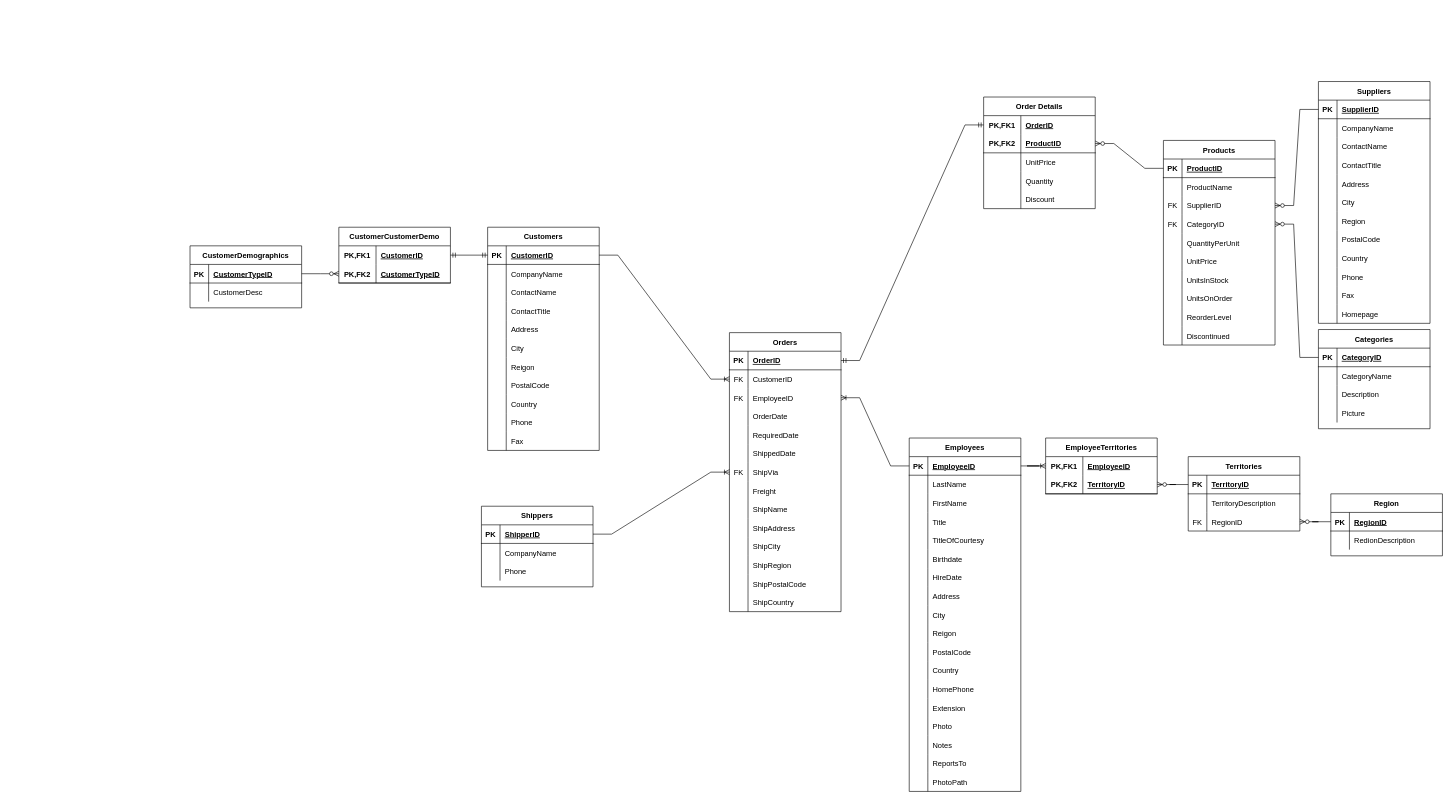
The draw.io diagram Untitled Diagram.drawio in SamDosado/Draw.ioDrawings, before the edit. Source tidied: cells renumbered, new cells numbered last; positions are measured from the earlier drawing's top-left corner, leaving out a move shared by most shapes. Both pictures are drawn from the tidied source at 62%, with x=0, y=0 at pixel (190, 81).
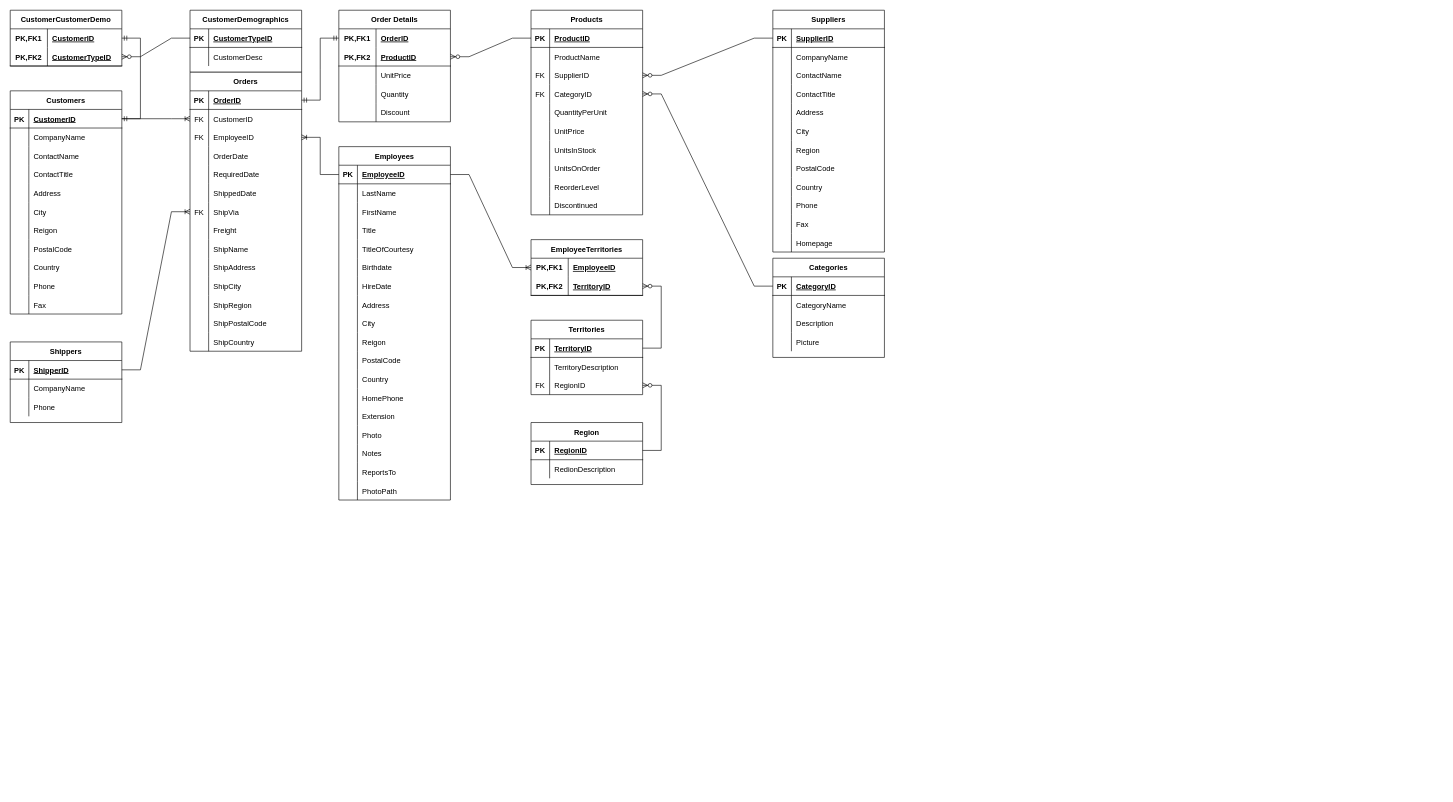
The same diagram, later.

The change refers to these unchanged cells:
```xml
<mxCell id="16" style="shape=partialRectangle;fillColor=none;top=0;left=0;bottom=1;right=0;points=[[0,0.5],[1,0.5]];portConstraint=eastwest;" parent="15" vertex="1">
  <mxGeometry y="30" width="180" height="30" as="geometry" />
</mxCell>
<mxCell id="23" style="shape=partialRectangle;fillColor=none;top=0;left=0;bottom=1;right=0;points=[[0,0.5],[1,0.5]];portConstraint=eastwest;" parent="22" vertex="1">
  <mxGeometry y="30" width="180" height="30" as="geometry" />
</mxCell>
<mxCell id="112" style="shape=partialRectangle;fillColor=none;top=0;left=0;bottom=0;right=0;points=[[0,0.5],[1,0.5]];portConstraint=eastwest;" parent="111" vertex="1">
  <mxGeometry y="30" width="180" height="30" as="geometry" />
</mxCell>
<mxCell id="115" style="shape=partialRectangle;fillColor=none;top=0;left=0;bottom=1;right=0;points=[[0,0.5],[1,0.5]];portConstraint=eastwest;" parent="111" vertex="1">
  <mxGeometry y="60" width="180" height="30" as="geometry" />
</mxCell>
<mxCell id="122" style="shape=partialRectangle;fillColor=none;top=0;left=0;bottom=1;right=0;points=[[0,0.5],[1,0.5]];portConstraint=eastwest;" parent="118" vertex="1">
  <mxGeometry y="60" width="180" height="30" as="geometry" />
</mxCell>
<mxCell id="216" style="shape=partialRectangle;fillColor=none;top=0;left=0;bottom=1;right=0;points=[[0,0.5],[1,0.5]];portConstraint=eastwest;" parent="215" vertex="1">
  <mxGeometry y="30" width="180" height="30" as="geometry" />
</mxCell>
<mxCell id="270" style="shape=partialRectangle;fillColor=none;top=0;left=0;bottom=1;right=0;points=[[0,0.5],[1,0.5]];portConstraint=eastwest;" parent="269" vertex="1">
  <mxGeometry y="30" width="180" height="30" as="geometry" />
</mxCell>
<mxCell id="276" style="shape=partialRectangle;fillColor=none;top=0;left=0;bottom=0;right=0;points=[[0,0.5],[1,0.5]];portConstraint=eastwest;" parent="269" vertex="1">
  <mxGeometry y="90" width="180" height="30" as="geometry" />
</mxCell>
```

The edit, as a diff of the source:
```diff
@@
     <mxCell id="2" value="Categories" style="shape=table;startSize=30;childLayout=tableLayout;rowLines=0;fontStyle=1;align=center;" parent="1" vertex="1">
-      <mxGeometry x="1820" y="400" width="180" height="160" as="geometry" />
+      <mxGeometry x="940" y="285" width="180" height="160" as="geometry" />
     </mxCell>
@@
     <mxCell id="15" value="CustomerDemographics" style="shape=table;startSize=30;childLayout=tableLayout;rowLines=0;fontStyle=1;align=center;" parent="1" vertex="1">
-      <mxGeometry y="265" width="180" height="100" as="geometry" />
+      <mxGeometry y="-115" width="180" height="100" as="geometry" />
     </mxCell>
@@
     <mxCell id="22" value="Customers" style="shape=table;startSize=30;childLayout=tableLayout;rowLines=0;fontStyle=1;align=center;" parent="1" vertex="1">
-      <mxGeometry x="480" y="235" width="180" height="360" as="geometry" />
+      <mxGeometry x="-290" y="15" width="180" height="360" as="geometry" />
     </mxCell>
@@
     <mxCell id="56" value="Employees" style="shape=table;startSize=30;childLayout=tableLayout;rowLines=0;fontStyle=1;align=center;" parent="1" vertex="1">
-      <mxGeometry x="1160" y="575" width="180" height="570" as="geometry" />
+      <mxGeometry x="240" y="105" width="180" height="570" as="geometry" />
     </mxCell>
@@
     <mxCell id="111" value="CustomerCustomerDemo" style="shape=table;startSize=30;childLayout=tableLayout;rowLines=0;fontStyle=1;align=center;" parent="1" vertex="1">
-      <mxGeometry x="240" y="235" width="180" height="90" as="geometry" />
+      <mxGeometry x="-290" y="-115" width="180" height="90" as="geometry" />
     </mxCell>
@@
     <mxCell id="118" value="EmployeeTerritories" style="shape=table;startSize=30;childLayout=tableLayout;rowLines=0;fontStyle=1;align=center;" parent="1" vertex="1">
-      <mxGeometry x="1380" y="575" width="180" height="90" as="geometry" />
+      <mxGeometry x="550" y="255" width="180" height="90" as="geometry" />
     </mxCell>
@@
     <mxCell id="125" value="Order Details" style="shape=table;startSize=30;childLayout=tableLayout;rowLines=0;fontStyle=1;align=center;" parent="1" vertex="1">
-      <mxGeometry x="1280" y="25" width="180" height="180" as="geometry" />
+      <mxGeometry x="240" y="-115" width="180" height="180" as="geometry" />
     </mxCell>
@@
     <mxCell id="141" value="Orders" style="shape=table;startSize=30;childLayout=tableLayout;rowLines=0;fontStyle=1;align=center;" parent="1" vertex="1">
-      <mxGeometry x="870" y="405" width="180" height="450" as="geometry" />
+      <mxGeometry y="-15" width="180" height="450" as="geometry" />
     </mxCell>
@@
     <mxCell id="184" value="Products" style="shape=table;startSize=30;childLayout=tableLayout;rowLines=0;fontStyle=1;align=center;" parent="1" vertex="1">
-      <mxGeometry x="1570" y="95" width="180" height="330" as="geometry" />
+      <mxGeometry x="550" y="-115" width="180" height="330" as="geometry" />
     </mxCell>
@@
     <mxCell id="215" value="Region" style="shape=table;startSize=30;childLayout=tableLayout;rowLines=0;fontStyle=1;align=center;" parent="1" vertex="1">
-      <mxGeometry x="1840" y="665" width="180" height="100" as="geometry" />
+      <mxGeometry x="550" y="550" width="180" height="100" as="geometry" />
     </mxCell>
@@
     <mxCell id="222" value="Shippers" style="shape=table;startSize=30;childLayout=tableLayout;rowLines=0;fontStyle=1;align=center;" parent="1" vertex="1">
-      <mxGeometry x="470" y="685" width="180" height="130" as="geometry" />
+      <mxGeometry x="-290" y="420" width="180" height="130" as="geometry" />
     </mxCell>
@@
     <mxCell id="232" value="Suppliers" style="shape=table;startSize=30;childLayout=tableLayout;rowLines=0;fontStyle=1;align=center;" parent="1" vertex="1">
-      <mxGeometry x="1820" width="180" height="390" as="geometry" />
+      <mxGeometry x="940" y="-115" width="180" height="390" as="geometry" />
     </mxCell>
@@
     <mxCell id="269" value="Territories" style="shape=table;startSize=30;childLayout=tableLayout;rowLines=0;fontStyle=1;align=center;" parent="1" vertex="1">
-      <mxGeometry x="1610" y="605" width="180" height="120" as="geometry" />
+      <mxGeometry x="550" y="385" width="180" height="120" as="geometry" />
     </mxCell>
@@
-    <mxCell id="279" style="edgeStyle=entityRelationEdgeStyle;fontSize=12;html=1;endArrow=ERzeroToMany;endFill=1;rounded=0;entryX=0;entryY=0.5;entryDx=0;entryDy=0;exitX=1;exitY=0.5;exitDx=0;exitDy=0;" parent="1" edge="1" source="16" target="115">
+    <mxCell id="279" style="edgeStyle=entityRelationEdgeStyle;fontSize=12;html=1;endArrow=ERzeroToMany;endFill=1;rounded=0;entryX=1;entryY=0.5;entryDx=0;entryDy=0;exitX=0;exitY=0.5;exitDx=0;exitDy=0;" parent="1" edge="1" source="16" target="115">
       <mxGeometry relative="1" as="geometry" />
     </mxCell>
-    <mxCell id="280" style="edgeStyle=entityRelationEdgeStyle;fontSize=12;html=1;endArrow=ERzeroToMany;endFill=1;rounded=0;exitX=0;exitY=0.5;exitDx=0;exitDy=0;entryX=1;entryY=0.5;entryDx=0;entryDy=0;" parent="1" edge="1" source="270" target="122">
+    <mxCell id="280" style="edgeStyle=entityRelationEdgeStyle;fontSize=12;html=1;endArrow=ERzeroToMany;endFill=1;rounded=0;exitX=1;exitY=0.5;exitDx=0;exitDy=0;entryX=1;entryY=0.5;entryDx=0;entryDy=0;" parent="1" edge="1" source="270" target="122">
       <mxGeometry relative="1" as="geometry" />
     </mxCell>
-    <mxCell id="281" style="edgeStyle=entityRelationEdgeStyle;fontSize=12;html=1;endArrow=ERzeroToMany;endFill=1;rounded=0;exitX=0;exitY=0.5;exitDx=0;exitDy=0;entryX=1;entryY=0.5;entryDx=0;entryDy=0;" parent="1" edge="1" source="216" target="276">
+    <mxCell id="281" style="edgeStyle=entityRelationEdgeStyle;fontSize=12;html=1;endArrow=ERzeroToMany;endFill=1;rounded=0;exitX=1;exitY=0.5;exitDx=0;exitDy=0;entryX=1;entryY=0.5;entryDx=0;entryDy=0;" parent="1" edge="1" source="216" target="276">
       <mxGeometry relative="1" as="geometry" />
     </mxCell>
@@
-    <mxCell id="283" style="edgeStyle=entityRelationEdgeStyle;fontSize=12;html=1;endArrow=ERmandOne;startArrow=ERmandOne;rounded=0;exitX=0;exitY=0.5;exitDx=0;exitDy=0;entryX=1;entryY=0.5;entryDx=0;entryDy=0;" parent="1" edge="1" source="23" target="112">
+    <mxCell id="283" style="edgeStyle=entityRelationEdgeStyle;fontSize=12;html=1;endArrow=ERmandOne;startArrow=ERmandOne;rounded=0;exitX=1;exitY=0.5;exitDx=0;exitDy=0;entryX=1;entryY=0.5;entryDx=0;entryDy=0;" parent="1" edge="1" source="23" target="112">
       <mxGeometry relative="1" as="geometry" />
     </mxCell>
```
